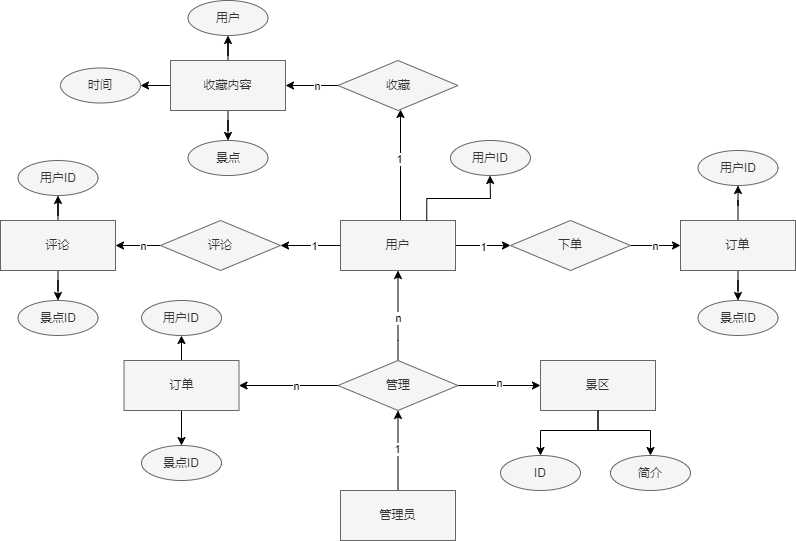
Earlier version of the draw.io export sql/系统er图.drawio.png (ren9901/tourism-j2ee-wx). Source tidied: cells renumbered, new cells last; positions are measured from the earlier drawing's top-left corner, leaving out a move shared by most shapes.
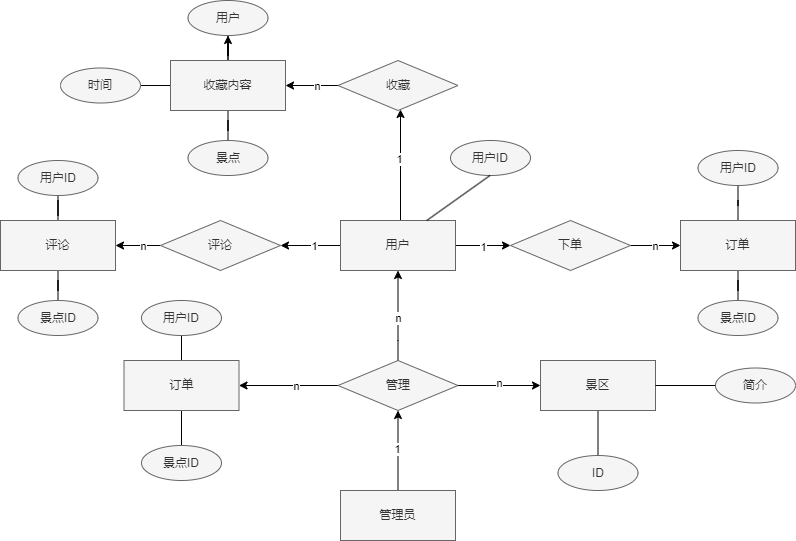
Later version of the same file.

Commit message:
更新系统er图.drawio.png

The edit, as a diff of the source:
```diff
@@ -84,10 +84,10 @@
     <mxCell id="21" value="评论" style="rhombus;whiteSpace=wrap;html=1;fillColor=#f5f5f5;fontColor=#333333;strokeColor=#666666;" parent="1" vertex="1">
       <mxGeometry x="160" y="220" width="120" height="50" as="geometry" />
     </mxCell>
-    <mxCell id="22" style="edgeStyle=orthogonalEdgeStyle;rounded=0;jettySize=auto;html=1;" parent="1" edge="1" source="24" target="25">
+    <mxCell id="22" style="edgeStyle=orthogonalEdgeStyle;rounded=0;jettySize=auto;html=1;endArrow=none;endFill=0;" parent="1" edge="1" source="24" target="25">
       <mxGeometry relative="1" as="geometry" />
     </mxCell>
-    <mxCell id="23" style="edgeStyle=orthogonalEdgeStyle;rounded=0;jettySize=auto;html=1;" parent="1" edge="1" source="24" target="26">
+    <mxCell id="23" style="edgeStyle=orthogonalEdgeStyle;rounded=0;jettySize=auto;html=1;endArrow=none;endFill=0;" parent="1" edge="1" source="24" target="26">
       <mxGeometry relative="1" as="geometry" />
     </mxCell>
     <mxCell id="24" value="评论" style="rounded=0;whiteSpace=wrap;html=1;fillColor=#f5f5f5;fontColor=#333333;strokeColor=#666666;" parent="1" vertex="1">
@@ -111,12 +111,15 @@
     <mxCell id="30" style="edgeStyle=orthogonalEdgeStyle;rounded=0;jettySize=auto;html=1;" parent="1" edge="1" source="33" target="34">
       <mxGeometry relative="1" as="geometry" />
     </mxCell>
-    <mxCell id="31" style="edgeStyle=orthogonalEdgeStyle;rounded=0;jettySize=auto;html=1;" parent="1" edge="1" source="33" target="35">
+    <mxCell id="31" style="edgeStyle=orthogonalEdgeStyle;rounded=0;jettySize=auto;html=1;endArrow=none;endFill=0;" parent="1" edge="1" source="33" target="35">
       <mxGeometry relative="1" as="geometry" />
     </mxCell>
-    <mxCell id="32" style="edgeStyle=orthogonalEdgeStyle;rounded=0;jettySize=auto;html=1;" parent="1" edge="1" source="33" target="36">
+    <mxCell id="32" style="edgeStyle=orthogonalEdgeStyle;rounded=0;jettySize=auto;html=1;endArrow=none;endFill=0;" parent="1" edge="1" source="33" target="36">
       <mxGeometry relative="1" as="geometry" />
     </mxCell>
+    <mxCell id="57" style="edgeStyle=orthogonalEdgeStyle;rounded=0;jettySize=auto;html=1;endArrow=none;endFill=0;" parent="1" edge="1" source="33" target="34">
+      <mxGeometry relative="1" as="geometry" />
+    </mxCell>
     <mxCell id="33" value="收藏内容" style="rounded=0;whiteSpace=wrap;html=1;fillColor=#f5f5f5;fontColor=#333333;strokeColor=#666666;" parent="1" vertex="1">
       <mxGeometry x="170" y="60" width="115" height="50" as="geometry" />
     </mxCell>
@@ -138,10 +141,10 @@
     <mxCell id="39" value="下单" style="rhombus;whiteSpace=wrap;html=1;fillColor=#f5f5f5;fontColor=#333333;strokeColor=#666666;" parent="1" vertex="1">
       <mxGeometry x="510" y="220" width="120" height="50" as="geometry" />
     </mxCell>
-    <mxCell id="40" style="edgeStyle=orthogonalEdgeStyle;rounded=0;jettySize=auto;html=1;" parent="1" edge="1" source="42" target="43">
+    <mxCell id="40" style="edgeStyle=orthogonalEdgeStyle;rounded=0;jettySize=auto;html=1;endArrow=none;endFill=0;" parent="1" edge="1" source="42" target="43">
       <mxGeometry relative="1" as="geometry" />
     </mxCell>
-    <mxCell id="41" style="edgeStyle=orthogonalEdgeStyle;rounded=0;jettySize=auto;html=1;" parent="1" edge="1" source="42" target="44">
+    <mxCell id="41" style="edgeStyle=orthogonalEdgeStyle;rounded=0;jettySize=auto;html=1;endArrow=none;endFill=0;" parent="1" edge="1" source="42" target="44">
       <mxGeometry relative="1" as="geometry" />
     </mxCell>
     <mxCell id="42" value="订单" style="rounded=0;whiteSpace=wrap;html=1;fillColor=#f5f5f5;fontColor=#333333;strokeColor=#666666;" parent="1" vertex="1">
@@ -153,35 +156,25 @@
     <mxCell id="44" value="景点ID" style="ellipse;whiteSpace=wrap;html=1;fillColor=#f5f5f5;strokeColor=#666666;fontColor=#333333;rounded=0;" parent="1" vertex="1">
       <mxGeometry x="697.5" y="300" width="80" height="35" as="geometry" />
     </mxCell>
-    <mxCell id="45" style="edgeStyle=orthogonalEdgeStyle;rounded=0;jettySize=auto;html=1;entryX=0.5;entryY=0;entryDx=0;entryDy=0;" parent="1" edge="1" source="46" target="47">
-      <mxGeometry relative="1" as="geometry">
-        <Array as="points">
-          <mxPoint x="598" y="430" />
-          <mxPoint x="540" y="430" />
-        </Array>
-      </mxGeometry>
+    <mxCell id="45" style="rounded=0;jettySize=auto;html=1;entryX=0.5;entryY=0;entryDx=0;entryDy=0;endArrow=none;endFill=0;" parent="1" edge="1" source="46" target="47">
+      <mxGeometry relative="1" as="geometry" />
     </mxCell>
     <mxCell id="46" value="景区" style="rounded=0;whiteSpace=wrap;html=1;fillColor=#f5f5f5;fontColor=#333333;strokeColor=#666666;" parent="1" vertex="1">
       <mxGeometry x="540" y="360" width="115" height="50" as="geometry" />
     </mxCell>
     <mxCell id="47" value="ID" style="ellipse;whiteSpace=wrap;html=1;fillColor=#f5f5f5;strokeColor=#666666;fontColor=#333333;rounded=0;" parent="1" vertex="1">
-      <mxGeometry x="500" y="455" width="80" height="35" as="geometry" />
+      <mxGeometry x="557.5" y="455" width="80" height="35" as="geometry" />
     </mxCell>
     <mxCell id="48" value="简介" style="ellipse;whiteSpace=wrap;html=1;fillColor=#f5f5f5;strokeColor=#666666;fontColor=#333333;rounded=0;" parent="1" vertex="1">
-      <mxGeometry x="610" y="455" width="80" height="35" as="geometry" />
+      <mxGeometry x="715" y="367.5" width="80" height="35" as="geometry" />
     </mxCell>
-    <mxCell id="49" style="edgeStyle=orthogonalEdgeStyle;rounded=0;jettySize=auto;html=1;entryX=0.5;entryY=0;entryDx=0;entryDy=0;exitX=0.5;exitY=1;exitDx=0;exitDy=0;" parent="1" edge="1" source="46" target="48">
-      <mxGeometry relative="1" as="geometry">
-        <Array as="points">
-          <mxPoint x="598" y="430" />
-          <mxPoint x="650" y="430" />
-        </Array>
-      </mxGeometry>
+    <mxCell id="49" style="rounded=0;jettySize=auto;html=1;endArrow=none;endFill=0;entryX=0;entryY=0.5;entryDx=0;entryDy=0;exitX=1;exitY=0.5;exitDx=0;exitDy=0;" parent="1" edge="1" source="46" target="48">
+      <mxGeometry relative="1" as="geometry" />
     </mxCell>
-    <mxCell id="50" style="edgeStyle=orthogonalEdgeStyle;rounded=0;jettySize=auto;html=1;" parent="1" edge="1" source="52" target="53">
+    <mxCell id="50" style="edgeStyle=orthogonalEdgeStyle;rounded=0;jettySize=auto;html=1;endArrow=none;endFill=0;" parent="1" edge="1" source="52" target="53">
       <mxGeometry relative="1" as="geometry" />
     </mxCell>
-    <mxCell id="51" style="edgeStyle=orthogonalEdgeStyle;rounded=0;jettySize=auto;html=1;" parent="1" edge="1" source="52" target="54">
+    <mxCell id="51" style="edgeStyle=orthogonalEdgeStyle;rounded=0;jettySize=auto;html=1;endArrow=none;endFill=0;" parent="1" edge="1" source="52" target="54">
       <mxGeometry relative="1" as="geometry" />
     </mxCell>
     <mxCell id="52" value="订单" style="rounded=0;whiteSpace=wrap;html=1;fillColor=#f5f5f5;fontColor=#333333;strokeColor=#666666;" parent="1" vertex="1">
@@ -196,7 +189,7 @@
     <mxCell id="55" value="用户ID" style="ellipse;whiteSpace=wrap;html=1;fillColor=#f5f5f5;strokeColor=#666666;fontColor=#333333;rounded=0;" parent="1" vertex="1">
       <mxGeometry x="450" y="140" width="80" height="35" as="geometry" />
     </mxCell>
-    <mxCell id="56" style="edgeStyle=orthogonalEdgeStyle;rounded=0;jettySize=auto;html=1;exitX=0.75;exitY=0;exitDx=0;exitDy=0;" parent="1" edge="1" source="8">
+    <mxCell id="56" style="rounded=0;jettySize=auto;html=1;exitX=0.75;exitY=0;exitDx=0;exitDy=0;startArrow=none;startFill=0;endArrow=none;endFill=0;" parent="1" edge="1" source="8">
       <mxGeometry relative="1" as="geometry">
         <mxPoint x="489.5" y="175" as="targetPoint" />
       </mxGeometry>
```
